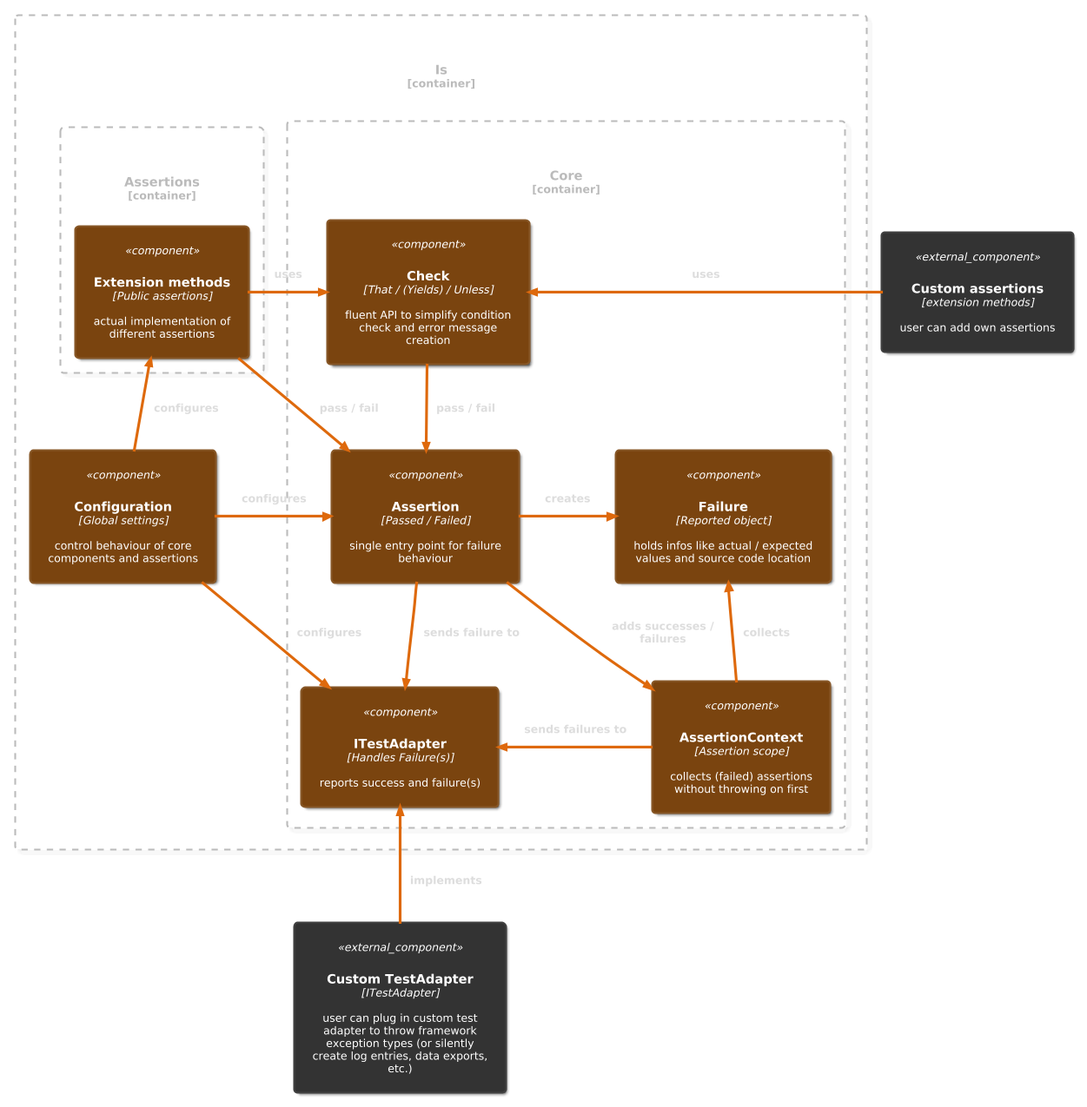
Above: Docs/Architecture.png in chrismo80/Is (PlantUML), before the change. Its source is kept beside it as Docs/Architecture.plantuml.
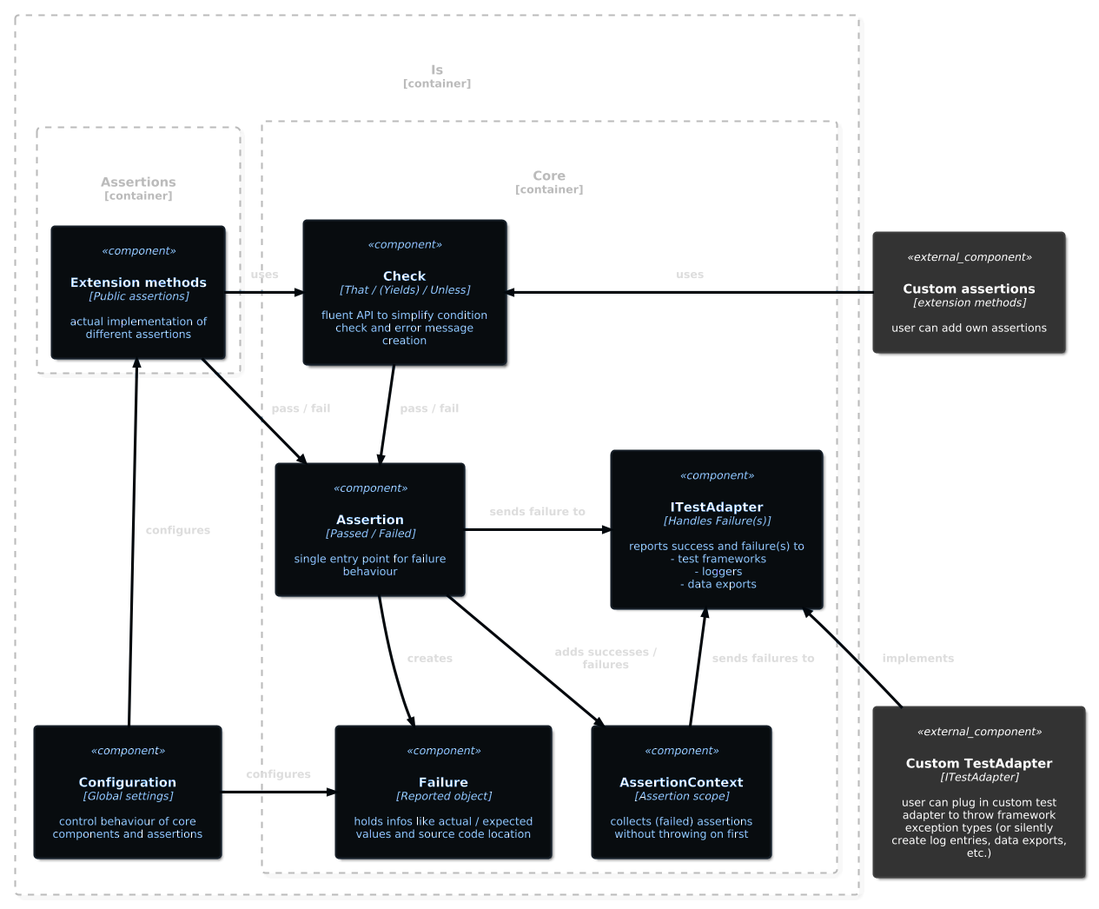
The same file after the commit.

Change to the diagram source:
```diff
@@ -8,38 +8,39 @@
 Component_Ext(cta, "Custom TestAdapter", "ITestAdapter", "user can plug in custom test adapter to throw framework exception types (or silently create log entries, data exports, etc.)")
 
 Container_Boundary(Is, "Is") {
-    Component(conf, "Configuration", "Global settings", "control behaviour of core components and assertions")
 
     Container_Boundary(Assertions, "Assertions") {
         Component(ext, "Extension methods", "Public assertions", "actual implementation of different assertions")
         }
 
     Container_Boundary(Core, "Core") {
+        Component(check, "Check", "That / (Yields) / Unless", "fluent API to simplify condition check and error message creation")
         Component(ass, "Assertion", "Passed / Failed", "single entry point for failure behaviour")
-        Component(check, "Check", "That / (Yields) / Unless", "fluent API to simplify condition check and error message creation")
+        Component(fail, "Failure", "Reported object", "holds infos like actual / expected values and source code location")
         Component(ctx, "AssertionContext", "Assertion scope", "collects (failed) assertions without throwing on first")
-        Component(ita, "ITestAdapter", "Handles Failure(s)", "reports success and failure(s)")
-        Component(fail, "Failure", "Reported object", "holds infos like actual / expected values and source code location")
+        Component(ita, "ITestAdapter", "Handles Failure(s)", "reports success and failure(s) to \n - test frameworks \n - loggers \n - data exports")
         }
-    }
+
+    Component(conf, "Configuration", "Global settings", "control behaviour of core components and assertions")
 }
 
-Rel(ass, ita, "sends failure to")
-Rel_R(ass, fail, "creates")
-Rel_U(ctx, fail, "collects")
-Rel_U(cta, ita, "implements")
 
-Rel_U(ext, check, "uses")
+Rel_L(ass, ita, "sends failure to")
+Rel(ass, fail, "creates")
+
+Rel_R(ext, check, "uses")
 Rel(ext, ass, "pass / fail")
-Rel_L(ca, check, "uses")
 
-Rel_L(ctx, ita, "sends failures to")
+Rel(ctx, ita, "sends failures to")
 
 Rel(check, ass, "pass / fail")
 Rel(ass, ctx, "adds successes / failures")
 
 Rel_U(conf, ext, "configures")
-Rel_R(conf, ass, "configures")
-Rel(conf, ita, "configures")
+Rel_R(conf, fail, "configures")
+
+Rel_L(ca, check, "uses")
+Rel_U(cta, ita, "implements")
+
 
 @enduml
```
